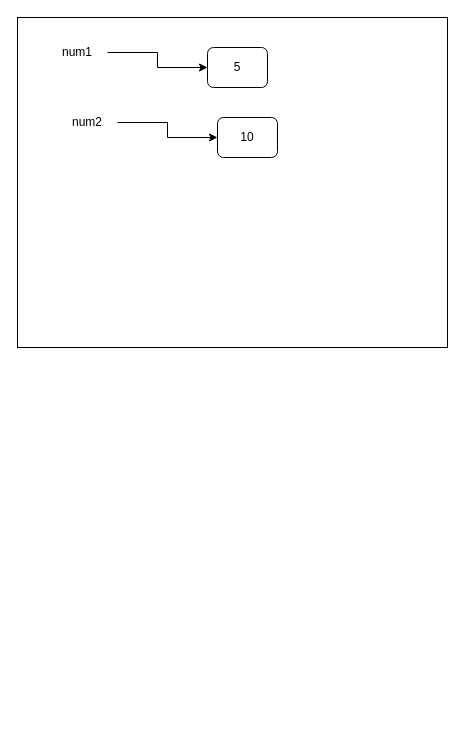
Before: c++.drawio in mukhammad-pardaboev/ADS, a draw.io diagram. Source tidied: cells renumbered, new cells numbered last; positions are measured from the earlier drawing's top-left corner, leaving out a move shared by most shapes. Both pictures are drawn from the tidied source at 100%, with x=0, y=0 at pixel (17, 17).
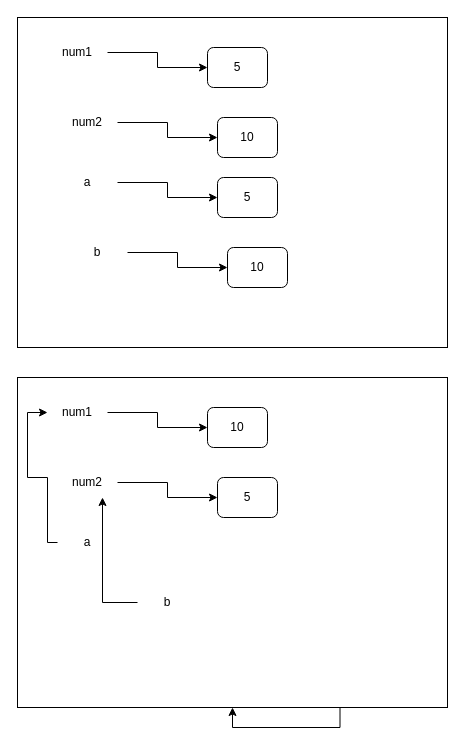
Above is the later version.

Diff of the diagram source:
```diff
@@
+    <mxCell id="9" value="5" style="rounded=1;whiteSpace=wrap;html=1;" parent="1" vertex="1">
+      <mxGeometry x="200" y="160" width="60" height="40" as="geometry" />
+    </mxCell>
+    <mxCell id="10" style="edgeStyle=orthogonalEdgeStyle;rounded=0;jettySize=auto;html=1;" parent="1" edge="1" source="11" target="9">
+      <mxGeometry relative="1" as="geometry" />
+    </mxCell>
+    <mxCell id="11" value="a" style="text;html=1;strokeColor=none;fillColor=none;align=center;verticalAlign=middle;whiteSpace=wrap;rounded=0;" parent="1" vertex="1">
+      <mxGeometry x="40" y="150" width="60" height="30" as="geometry" />
+    </mxCell>
+    <mxCell id="12" value="10" style="rounded=1;whiteSpace=wrap;html=1;" parent="1" vertex="1">
+      <mxGeometry x="210" y="230" width="60" height="40" as="geometry" />
+    </mxCell>
+    <mxCell id="13" style="edgeStyle=orthogonalEdgeStyle;rounded=0;jettySize=auto;html=1;entryX=0;entryY=0.5;entryDx=0;entryDy=0;" parent="1" edge="1" source="14" target="12">
+      <mxGeometry relative="1" as="geometry" />
+    </mxCell>
+    <mxCell id="14" value="b" style="text;html=1;strokeColor=none;fillColor=none;align=center;verticalAlign=middle;whiteSpace=wrap;rounded=0;" parent="1" vertex="1">
+      <mxGeometry x="50" y="220" width="60" height="30" as="geometry" />
+    </mxCell>
+    <mxCell id="15" style="rounded=0;whiteSpace=wrap;html=1;" parent="1" vertex="1">
+      <mxGeometry y="360" width="430" height="330" as="geometry" />
+    </mxCell>
+    <mxCell id="16" value="10" style="rounded=1;whiteSpace=wrap;html=1;" parent="1" vertex="1">
+      <mxGeometry x="190" y="390" width="60" height="40" as="geometry" />
+    </mxCell>
+    <mxCell id="17" style="edgeStyle=orthogonalEdgeStyle;rounded=0;jettySize=auto;html=1;" parent="1" edge="1" source="18" target="16">
+      <mxGeometry relative="1" as="geometry" />
+    </mxCell>
+    <mxCell id="18" value="num1" style="text;html=1;strokeColor=none;fillColor=none;align=center;verticalAlign=middle;whiteSpace=wrap;rounded=0;" parent="1" vertex="1">
+      <mxGeometry x="30" y="380" width="60" height="30" as="geometry" />
+    </mxCell>
+    <mxCell id="19" value="5" style="rounded=1;whiteSpace=wrap;html=1;" parent="1" vertex="1">
+      <mxGeometry x="200" y="460" width="60" height="40" as="geometry" />
+    </mxCell>
+    <mxCell id="20" style="edgeStyle=orthogonalEdgeStyle;rounded=0;jettySize=auto;html=1;entryX=0;entryY=0.5;entryDx=0;entryDy=0;" parent="1" edge="1" source="21" target="19">
+      <mxGeometry relative="1" as="geometry" />
+    </mxCell>
+    <mxCell id="21" value="num2" style="text;html=1;strokeColor=none;fillColor=none;align=center;verticalAlign=middle;whiteSpace=wrap;rounded=0;" parent="1" vertex="1">
+      <mxGeometry x="40" y="450" width="60" height="30" as="geometry" />
+    </mxCell>
+    <mxCell id="22" style="edgeStyle=orthogonalEdgeStyle;rounded=0;jettySize=auto;html=1;entryX=0;entryY=0.5;entryDx=0;entryDy=0;" parent="1" edge="1" source="23" target="18">
+      <mxGeometry relative="1" as="geometry">
+        <Array as="points">
+          <mxPoint x="30" y="525" />
+          <mxPoint x="30" y="460" />
+          <mxPoint x="10" y="460" />
+          <mxPoint x="10" y="395" />
+        </Array>
+      </mxGeometry>
+    </mxCell>
+    <mxCell id="23" value="a" style="text;html=1;strokeColor=none;fillColor=none;align=center;verticalAlign=middle;whiteSpace=wrap;rounded=0;" parent="1" vertex="1">
+      <mxGeometry x="40" y="510" width="60" height="30" as="geometry" />
+    </mxCell>
+    <mxCell id="24" style="edgeStyle=orthogonalEdgeStyle;rounded=0;jettySize=auto;html=1;entryX=0.75;entryY=1;entryDx=0;entryDy=0;" parent="1" edge="1" source="25" target="21">
+      <mxGeometry relative="1" as="geometry" />
+    </mxCell>
+    <mxCell id="25" value="b" style="text;html=1;strokeColor=none;fillColor=none;align=center;verticalAlign=middle;whiteSpace=wrap;rounded=0;" parent="1" vertex="1">
+      <mxGeometry x="120" y="570" width="60" height="30" as="geometry" />
+    </mxCell>
+    <mxCell id="26" style="edgeStyle=orthogonalEdgeStyle;rounded=0;orthogonalLoop=1;jettySize=auto;html=1;exitX=0.75;exitY=1;exitDx=0;exitDy=0;" parent="1" edge="1" source="15" target="15">
+      <mxGeometry relative="1" as="geometry" />
+    </mxCell>
```
